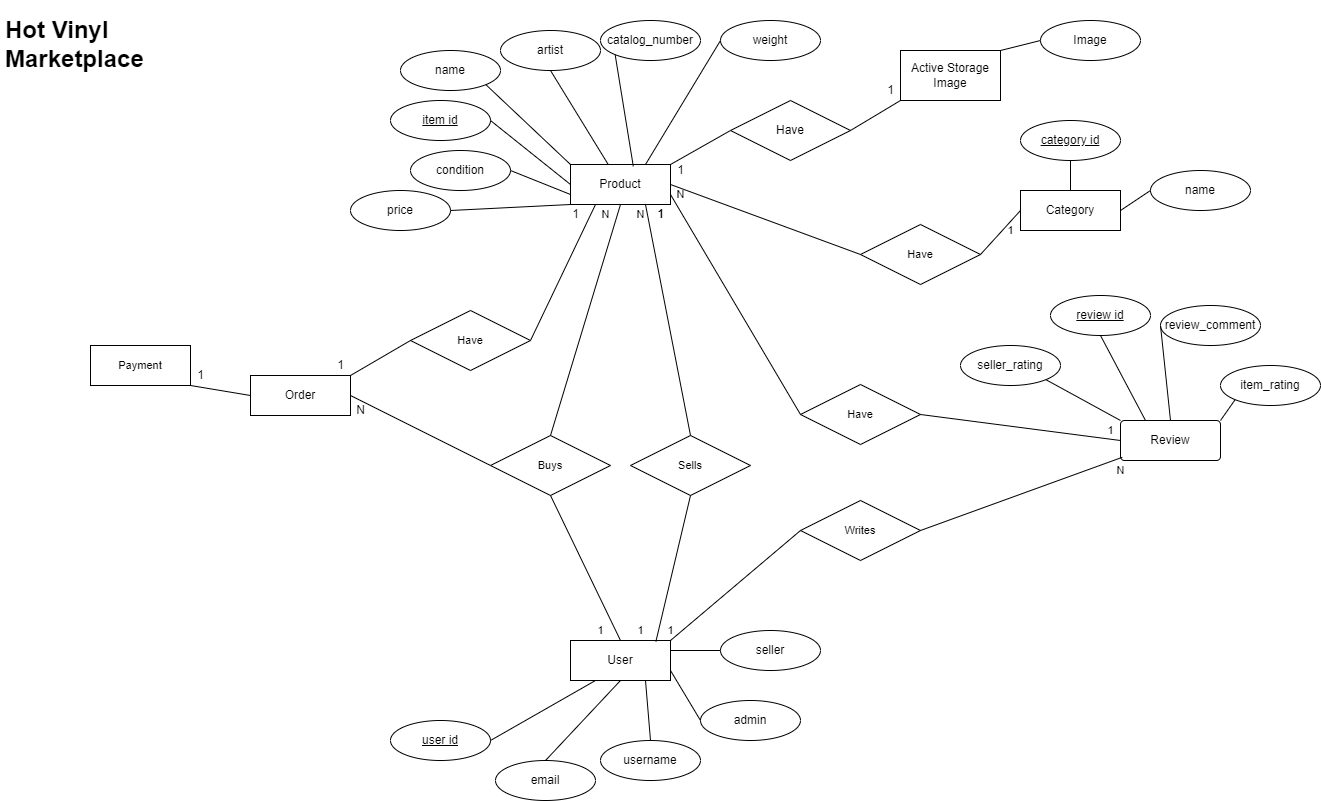
Above: app/assets/images/markdown_resource/vinyl_marketplace_erd.png in simon-tanna/hot_vinyl (draw.io), before the change. Source tidied: cells renumbered, new cells last; positions are measured from the earlier drawing's top-left corner, leaving out a move shared by most shapes.
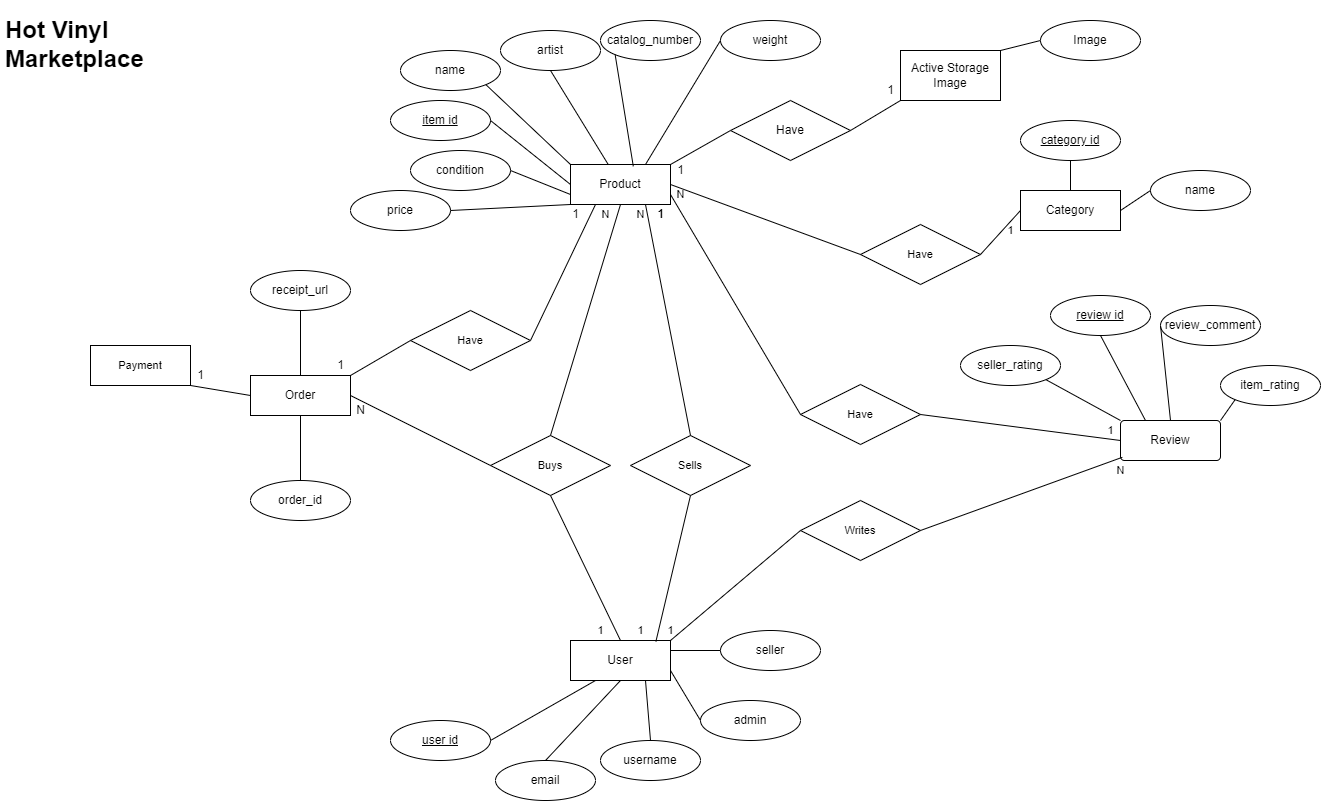
The same diagram one commit later.

Commit message:
added amended schema

Diff of the diagram source:
```diff
@@ -260,5 +260,17 @@
     <mxCell id="87" style="endArrow=none;html=1;rounded=0;exitX=1;exitY=0;exitDx=0;exitDy=0;entryX=0;entryY=0.5;entryDx=0;entryDy=0;" parent="1" edge="1" source="79" target="86">
       <mxGeometry relative="1" as="geometry" />
     </mxCell>
+    <mxCell id="88" value="order_id" style="ellipse;whiteSpace=wrap;html=1;align=center;" parent="1" vertex="1">
+      <mxGeometry x="250" y="470" width="100" height="40" as="geometry" />
+    </mxCell>
+    <mxCell id="89" value="receipt_url" style="ellipse;whiteSpace=wrap;html=1;align=center;" parent="1" vertex="1">
+      <mxGeometry x="250" y="260" width="100" height="40" as="geometry" />
+    </mxCell>
+    <mxCell id="90" style="endArrow=none;html=1;rounded=0;exitX=0.5;exitY=1;exitDx=0;exitDy=0;entryX=0.5;entryY=0;entryDx=0;entryDy=0;" parent="1" edge="1" source="89" target="63">
+      <mxGeometry relative="1" as="geometry" />
+    </mxCell>
+    <mxCell id="91" style="endArrow=none;html=1;rounded=0;exitX=0.5;exitY=1;exitDx=0;exitDy=0;entryX=0.5;entryY=0;entryDx=0;entryDy=0;" parent="1" edge="1" source="63" target="88">
+      <mxGeometry relative="1" as="geometry" />
+    </mxCell>
   </root>
 </mxGraphModel>
```
